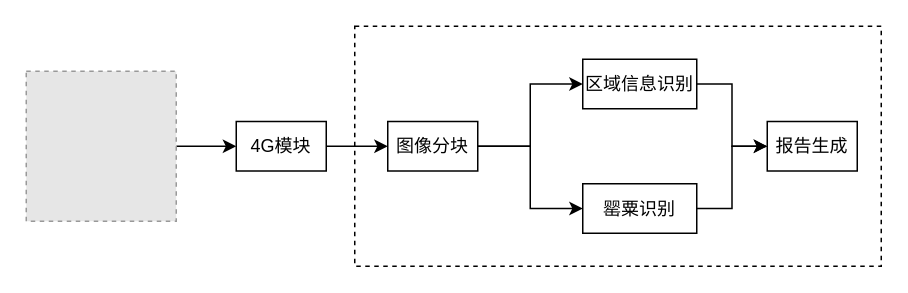
zhaoning999/notes keeps this draw.io diagram as 罂粟识别.drawio. Above is the earlier version. Source tidied: cells renumbered, new cells numbered last; positions are measured from the earlier drawing's top-left corner, leaving out a move shared by most shapes. Both pictures are drawn from the tidied source at 150%, with x=0, y=0 at pixel (26, 26). Pictures stored in the file or linked from it are replaced by grey dashed boxes.
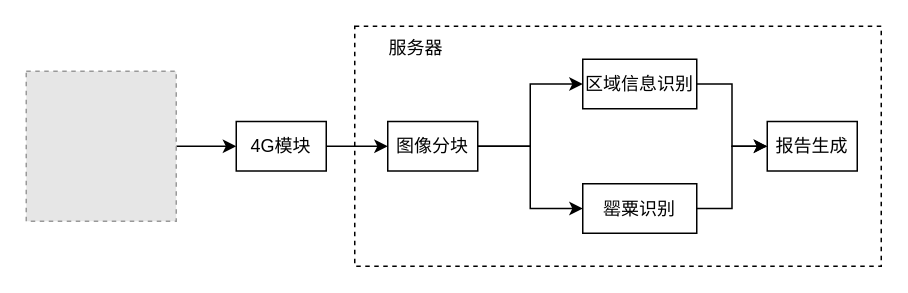
The same page after the edit.

What changed in the source:
```diff
@@
 <mxGraphModel>
   <root>
     <mxCell id="0" />
     <mxCell id="1" parent="0" />
     <mxCell id="2" style="rounded=0;whiteSpace=wrap;html=1;dashed=1;" parent="1" vertex="1">
       <mxGeometry x="219" width="351" height="160" as="geometry" />
     </mxCell>
     <mxCell id="3" style="edgeStyle=orthogonalEdgeStyle;rounded=0;jettySize=auto;html=1;exitX=1;exitY=0.5;exitDx=0;exitDy=0;" parent="1" edge="1" source="4" target="6">
       <mxGeometry relative="1" as="geometry" />
     </mxCell>
     <mxCell id="4" style="fillColor=#E6E6E6;strokeColor=#999999;dashed=1;verticalLabelPosition=bottom;labelBackgroundColor=default;verticalAlign=top;" parent="1" vertex="1">
       <mxGeometry y="30" width="100" height="100" as="geometry" />
     </mxCell>
     <mxCell id="5" style="edgeStyle=orthogonalEdgeStyle;rounded=0;jettySize=auto;html=1;exitX=1;exitY=0.5;exitDx=0;exitDy=0;entryX=0;entryY=0.5;entryDx=0;entryDy=0;" parent="1" edge="1" source="6" target="9">
       <mxGeometry relative="1" as="geometry" />
     </mxCell>
     <mxCell id="6" value="4G模块" style="rounded=0;whiteSpace=wrap;html=1;" parent="1" vertex="1">
       <mxGeometry x="140" y="63.5" width="60" height="33" as="geometry" />
     </mxCell>
     <mxCell id="7" style="edgeStyle=orthogonalEdgeStyle;rounded=0;jettySize=auto;html=1;exitX=1;exitY=0.5;exitDx=0;exitDy=0;entryX=0;entryY=0.5;entryDx=0;entryDy=0;" parent="1" edge="1" source="9" target="13">
       <mxGeometry relative="1" as="geometry" />
     </mxCell>
     <mxCell id="8" style="edgeStyle=orthogonalEdgeStyle;rounded=0;jettySize=auto;html=1;exitX=1;exitY=0.5;exitDx=0;exitDy=0;entryX=0;entryY=0.5;entryDx=0;entryDy=0;" parent="1" edge="1" source="9" target="11">
       <mxGeometry relative="1" as="geometry" />
     </mxCell>
     <mxCell id="9" value="图像分块" style="rounded=0;whiteSpace=wrap;html=1;" parent="1" vertex="1">
       <mxGeometry x="241" y="63.5" width="60" height="33" as="geometry" />
     </mxCell>
     <mxCell id="10" style="edgeStyle=orthogonalEdgeStyle;rounded=0;jettySize=auto;html=1;exitX=1;exitY=0.5;exitDx=0;exitDy=0;entryX=0;entryY=0.5;entryDx=0;entryDy=0;" parent="1" edge="1" source="11" target="14">
       <mxGeometry relative="1" as="geometry" />
     </mxCell>
     <mxCell id="11" value="区域信息识别" style="rounded=0;whiteSpace=wrap;html=1;" parent="1" vertex="1">
       <mxGeometry x="371" y="22" width="76" height="33" as="geometry" />
     </mxCell>
     <mxCell id="12" style="edgeStyle=orthogonalEdgeStyle;rounded=0;jettySize=auto;html=1;exitX=1;exitY=0.5;exitDx=0;exitDy=0;entryX=0;entryY=0.5;entryDx=0;entryDy=0;" parent="1" edge="1" source="13" target="14">
       <mxGeometry relative="1" as="geometry" />
     </mxCell>
     <mxCell id="13" value="罂粟识别" style="rounded=0;whiteSpace=wrap;html=1;" parent="1" vertex="1">
       <mxGeometry x="371" y="105" width="76" height="33" as="geometry" />
     </mxCell>
     <mxCell id="14" value="报告生成" style="rounded=0;whiteSpace=wrap;html=1;" parent="1" vertex="1">
       <mxGeometry x="494" y="63.5" width="60" height="33" as="geometry" />
     </mxCell>
+    <mxCell id="15" value="服务器" style="text;html=1;strokeColor=none;fillColor=none;align=center;verticalAlign=middle;whiteSpace=wrap;rounded=0;" parent="1" vertex="1">
+      <mxGeometry x="230" width="60" height="30" as="geometry" />
+    </mxCell>
   </root>
 </mxGraphModel>
```
